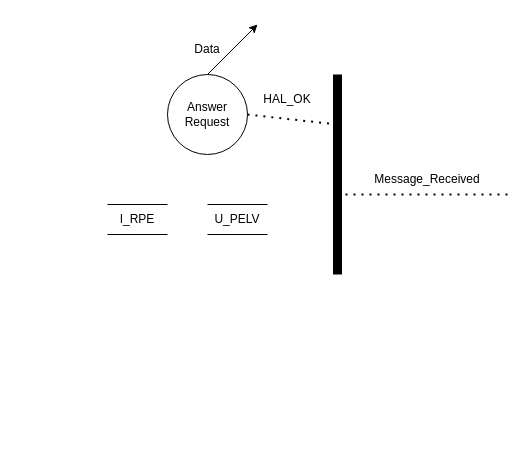
Before: DFD_Inguard_Prozessor.drawio in Lostqw1/Funfun, a draw.io diagram. Source tidied: cells renumbered, new cells numbered last; positions are measured from the earlier drawing's top-left corner, leaving out a move shared by most shapes. Both pictures are drawn from the tidied source at 100%, with x=0, y=0 at pixel (107, 24).
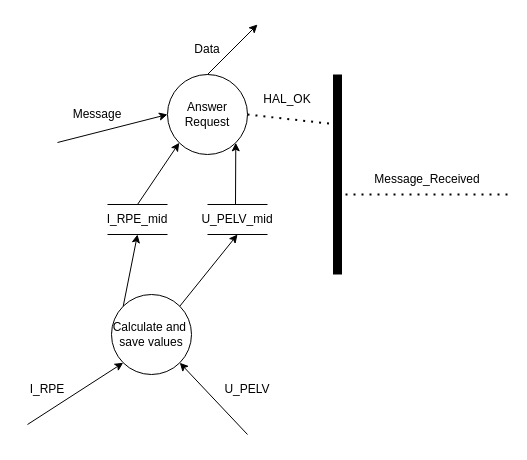
The same page after the edit.

Unchanged cells that the change refers to:
```xml
<mxCell id="2" value="Answer&lt;br&gt;Request" style="ellipse;whiteSpace=wrap;html=1;" parent="1" vertex="1">
  <mxGeometry x="60" y="50" width="80" height="80" as="geometry" />
</mxCell>
```

What changed in the source:
```diff
@@
-    <mxCell id="10" value="I_RPE" style="text;html=1;strokeColor=none;fillColor=none;align=center;verticalAlign=middle;whiteSpace=wrap;rounded=0;" parent="1" vertex="1">
+    <mxCell id="10" value="I_RPE_mid" style="text;html=1;strokeColor=none;fillColor=none;align=center;verticalAlign=middle;whiteSpace=wrap;rounded=0;" parent="1" vertex="1">
       <mxGeometry y="180" width="60" height="30" as="geometry" />
     </mxCell>
-    <mxCell id="11" value="U_PELV" style="text;html=1;strokeColor=none;fillColor=none;align=center;verticalAlign=middle;whiteSpace=wrap;rounded=0;" parent="1" vertex="1">
+    <mxCell id="11" value="U_PELV_mid" style="text;html=1;strokeColor=none;fillColor=none;align=center;verticalAlign=middle;whiteSpace=wrap;rounded=0;" parent="1" vertex="1">
       <mxGeometry x="100" y="180" width="60" height="30" as="geometry" />
     </mxCell>
@@
+    <mxCell id="16" value="Calculate and&amp;nbsp;&lt;br&gt;save values" style="ellipse;whiteSpace=wrap;html=1;" parent="1" vertex="1">
+      <mxGeometry x="4" y="270" width="80" height="80" as="geometry" />
+    </mxCell>
+    <mxCell id="17" style="endArrow=classic;html=1;rounded=0;strokeWidth=1;entryX=0;entryY=0.5;entryDx=0;entryDy=0;" parent="1" edge="1" target="2">
+      <mxGeometry relative="1" as="geometry">
+        <mxPoint x="-50" y="118" as="sourcePoint" />
+      </mxGeometry>
+    </mxCell>
+    <mxCell id="18" value="Message" style="text;html=1;strokeColor=none;fillColor=none;align=center;verticalAlign=middle;whiteSpace=wrap;rounded=0;" parent="1" vertex="1">
+      <mxGeometry x="-40" y="75" width="60" height="30" as="geometry" />
+    </mxCell>
+    <mxCell id="19" style="endArrow=classic;html=1;rounded=0;strokeWidth=1;entryX=0;entryY=1;entryDx=0;entryDy=0;" parent="1" edge="1" target="16">
+      <mxGeometry relative="1" as="geometry">
+        <mxPoint x="-80" y="400" as="sourcePoint" />
+      </mxGeometry>
+    </mxCell>
+    <mxCell id="20" style="endArrow=classic;html=1;rounded=0;strokeWidth=1;entryX=1;entryY=1;entryDx=0;entryDy=0;" parent="1" edge="1" target="16">
+      <mxGeometry relative="1" as="geometry">
+        <mxPoint x="140" y="410" as="sourcePoint" />
+      </mxGeometry>
+    </mxCell>
+    <mxCell id="21" value="I_RPE" style="text;html=1;strokeColor=none;fillColor=none;align=center;verticalAlign=middle;whiteSpace=wrap;rounded=0;" parent="1" vertex="1">
+      <mxGeometry x="-90" y="350" width="60" height="30" as="geometry" />
+    </mxCell>
+    <mxCell id="22" value="U_PELV" style="text;html=1;strokeColor=none;fillColor=none;align=center;verticalAlign=middle;whiteSpace=wrap;rounded=0;" parent="1" vertex="1">
+      <mxGeometry x="110" y="350" width="60" height="30" as="geometry" />
+    </mxCell>
+    <mxCell id="23" style="endArrow=classic;html=1;rounded=0;strokeWidth=1;exitX=0;exitY=0;exitDx=0;exitDy=0;" parent="1" edge="1" source="16">
+      <mxGeometry relative="1" as="geometry">
+        <mxPoint x="30" y="210" as="targetPoint" />
+      </mxGeometry>
+    </mxCell>
+    <mxCell id="24" style="endArrow=classic;html=1;rounded=0;strokeWidth=1;exitX=1;exitY=0;exitDx=0;exitDy=0;" parent="1" edge="1" source="16">
+      <mxGeometry relative="1" as="geometry">
+        <mxPoint x="130" y="210" as="targetPoint" />
+      </mxGeometry>
+    </mxCell>
+    <mxCell id="25" style="endArrow=classic;html=1;rounded=0;strokeWidth=1;entryX=0;entryY=1;entryDx=0;entryDy=0;" parent="1" edge="1" target="2">
+      <mxGeometry relative="1" as="geometry">
+        <mxPoint x="30" y="180" as="sourcePoint" />
+      </mxGeometry>
+    </mxCell>
+    <mxCell id="26" style="endArrow=classic;html=1;rounded=0;strokeWidth=1;entryX=1;entryY=1;entryDx=0;entryDy=0;" parent="1" edge="1" target="2">
+      <mxGeometry relative="1" as="geometry">
+        <mxPoint x="128" y="180" as="sourcePoint" />
+      </mxGeometry>
+    </mxCell>
```
